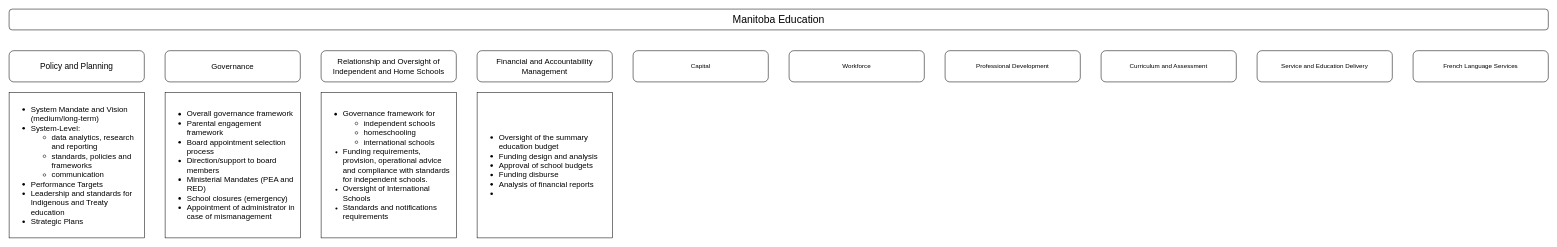
Before: Untitled Diagram.drawio in osvaldoferraz/School_District_Analysis, a draw.io diagram. Source tidied: cells renumbered, new cells numbered last; positions are measured from the earlier drawing's top-left corner, leaving out a move shared by most shapes. Both pictures are drawn from the tidied source at 52%, with x=0, y=0 at pixel (9, 9).
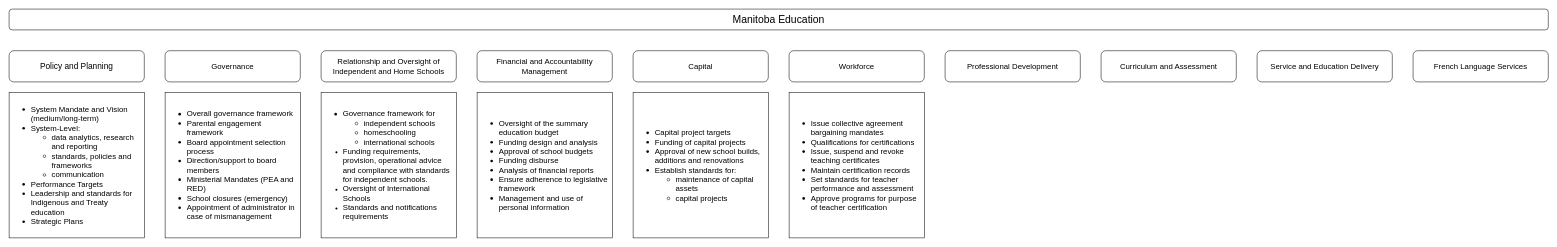
After the change.

Change to the diagram source:
```diff
@@
 <mxGraphModel>
   <root>
     <mxCell id="0" />
     <mxCell id="1" parent="0" />
     <mxCell id="2" value="&lt;font style=&quot;font-size: 20px&quot;&gt;Manitoba Education&lt;/font&gt;" style="rounded=1;whiteSpace=wrap;html=1;" parent="1" vertex="1">
       <mxGeometry width="2960" height="40" as="geometry" />
     </mxCell>
     <mxCell id="3" value="&lt;font style=&quot;font-size: 16px&quot;&gt;Policy and Planning&lt;/font&gt;" style="rounded=1;whiteSpace=wrap;html=1;" parent="1" vertex="1">
       <mxGeometry y="80" width="260" height="60" as="geometry" />
     </mxCell>
     <mxCell id="4" value="&lt;font style=&quot;font-size: 15px&quot;&gt;Governance&lt;/font&gt;" style="rounded=1;whiteSpace=wrap;html=1;" parent="1" vertex="1">
       <mxGeometry x="300" y="80" width="260" height="60" as="geometry" />
     </mxCell>
     <mxCell id="5" value="&lt;span style=&quot;font-size: 15px&quot;&gt;Relationship and Oversight of Independent and Home Schools&lt;/span&gt;" style="rounded=1;whiteSpace=wrap;html=1;" parent="1" vertex="1">
       <mxGeometry x="600" y="80" width="260" height="60" as="geometry" />
     </mxCell>
     <mxCell id="6" value="&lt;font style=&quot;font-size: 15px&quot;&gt;Financial and Accountability Management&lt;/font&gt;" style="rounded=1;whiteSpace=wrap;html=1;" parent="1" vertex="1">
       <mxGeometry x="900" y="80" width="260" height="60" as="geometry" />
     </mxCell>
-    <mxCell id="7" value="Capital" style="rounded=1;whiteSpace=wrap;html=1;" parent="1" vertex="1">
+    <mxCell id="7" value="&lt;font style=&quot;font-size: 15px&quot;&gt;Capital&lt;/font&gt;" style="rounded=1;whiteSpace=wrap;html=1;" parent="1" vertex="1">
       <mxGeometry x="1200" y="80" width="260" height="60" as="geometry" />
     </mxCell>
-    <mxCell id="8" value="Workforce" style="rounded=1;whiteSpace=wrap;html=1;" parent="1" vertex="1">
+    <mxCell id="8" value="&lt;font style=&quot;font-size: 15px&quot;&gt;Workforce&lt;/font&gt;" style="rounded=1;whiteSpace=wrap;html=1;" parent="1" vertex="1">
       <mxGeometry x="1500" y="80" width="260" height="60" as="geometry" />
     </mxCell>
-    <mxCell id="9" value="Professional Development" style="rounded=1;whiteSpace=wrap;html=1;" parent="1" vertex="1">
+    <mxCell id="9" value="&lt;font style=&quot;font-size: 15px&quot;&gt;Professional Development&lt;/font&gt;" style="rounded=1;whiteSpace=wrap;html=1;" parent="1" vertex="1">
       <mxGeometry x="1800" y="80" width="260" height="60" as="geometry" />
     </mxCell>
-    <mxCell id="10" value="Curriculum and Assessment" style="rounded=1;whiteSpace=wrap;html=1;" parent="1" vertex="1">
+    <mxCell id="10" value="&lt;font style=&quot;font-size: 15px&quot;&gt;Curriculum and Assessment&lt;/font&gt;" style="rounded=1;whiteSpace=wrap;html=1;" parent="1" vertex="1">
       <mxGeometry x="2100" y="80" width="260" height="60" as="geometry" />
     </mxCell>
-    <mxCell id="11" value="Service and Education Delivery" style="rounded=1;whiteSpace=wrap;html=1;" parent="1" vertex="1">
+    <mxCell id="11" value="&lt;font style=&quot;font-size: 15px&quot;&gt;Service and Education Delivery&lt;/font&gt;" style="rounded=1;whiteSpace=wrap;html=1;" parent="1" vertex="1">
       <mxGeometry x="2400" y="80" width="260" height="60" as="geometry" />
     </mxCell>
-    <mxCell id="12" value="French Language Services" style="rounded=1;whiteSpace=wrap;html=1;" parent="1" vertex="1">
+    <mxCell id="12" value="&lt;font style=&quot;font-size: 15px&quot;&gt;French Language Services&lt;/font&gt;" style="rounded=1;whiteSpace=wrap;html=1;" parent="1" vertex="1">
       <mxGeometry x="2700" y="80" width="260" height="60" as="geometry" />
     </mxCell>
     <mxCell id="13" value="&lt;ul style=&quot;font-size: 15px&quot;&gt;&lt;li&gt;System Mandate and Vision (medium/long-term)&lt;/li&gt;&lt;li&gt;System-Level:&lt;/li&gt;&lt;ul&gt;&lt;li&gt;data analytics, research and reporting&lt;/li&gt;&lt;li&gt;standards, policies and frameworks&lt;/li&gt;&lt;li&gt;communication&lt;/li&gt;&lt;/ul&gt;&lt;li&gt;Performance Targets&lt;/li&gt;&lt;li&gt;Leadership and standards for Indigenous and Treaty education&lt;/li&gt;&lt;li&gt;Strategic Plans&lt;/li&gt;&lt;/ul&gt;" style="rounded=0;whiteSpace=wrap;html=1;align=left;perimeterSpacing=0;spacingRight=3;" parent="1" vertex="1">
       <mxGeometry y="160" width="260" height="280" as="geometry" />
     </mxCell>
     <mxCell id="14" value="&lt;ul style=&quot;font-size: 15px&quot;&gt;&lt;li&gt;Overall governance framework&lt;/li&gt;&lt;li&gt;Parental engagement framework&lt;/li&gt;&lt;li&gt;Board appointment selection process&lt;/li&gt;&lt;li&gt;Direction/support to board members&lt;/li&gt;&lt;li&gt;Ministerial Mandates (PEA and RED)&lt;/li&gt;&lt;li&gt;School closures (emergency)&lt;/li&gt;&lt;li&gt;Appointment of administrator in case of mismanagement&lt;/li&gt;&lt;/ul&gt;" style="rounded=0;whiteSpace=wrap;html=1;align=left;spacingRight=4;" parent="1" vertex="1">
       <mxGeometry x="300" y="160" width="260" height="280" as="geometry" />
     </mxCell>
     <mxCell id="15" value="&lt;ul&gt;&lt;li style=&quot;font-size: 15px&quot;&gt;Governance framework for&amp;nbsp;&lt;/li&gt;&lt;ul style=&quot;font-size: 15px&quot;&gt;&lt;li&gt;independent schools&lt;/li&gt;&lt;li&gt;homeschooling&lt;/li&gt;&lt;li&gt;international schools&lt;/li&gt;&lt;/ul&gt;&lt;li&gt;&lt;span style=&quot;font-size: 15px&quot;&gt;Funding requirements, provision, operational advice and compliance with standards for independent schools.&lt;/span&gt;&lt;/li&gt;&lt;li&gt;&lt;span style=&quot;font-size: 15px&quot;&gt;Oversight of International Schools&lt;/span&gt;&lt;/li&gt;&lt;li&gt;&lt;span style=&quot;font-size: 15px&quot;&gt;Standards and notifications requirements&lt;/span&gt;&lt;/li&gt;&lt;/ul&gt;" style="rounded=0;whiteSpace=wrap;html=1;align=left;perimeterSpacing=0;spacingRight=3;" parent="1" vertex="1">
       <mxGeometry x="600" y="160" width="260" height="280" as="geometry" />
     </mxCell>
-    <mxCell id="16" value="&lt;ul style=&quot;font-size: 15px&quot;&gt;&lt;li&gt;Oversight of the summary education budget&lt;/li&gt;&lt;li&gt;Funding design and analysis&lt;/li&gt;&lt;li&gt;Approval of school budgets&lt;/li&gt;&lt;li&gt;Funding disburse&lt;/li&gt;&lt;li&gt;Analysis of financial reports&lt;/li&gt;&lt;li&gt;&lt;br&gt;&lt;/li&gt;&lt;/ul&gt;" style="rounded=0;whiteSpace=wrap;html=1;align=left;perimeterSpacing=0;spacingRight=3;" parent="1" vertex="1">
+    <mxCell id="16" value="&lt;ul style=&quot;font-size: 15px&quot;&gt;&lt;li&gt;Oversight of the summary education budget&lt;/li&gt;&lt;li&gt;Funding design and analysis&lt;/li&gt;&lt;li&gt;Approval of school budgets&lt;/li&gt;&lt;li&gt;Funding disburse&lt;/li&gt;&lt;li&gt;Analysis of financial reports&lt;/li&gt;&lt;li&gt;Ensure adherence to legislative framework&lt;/li&gt;&lt;li&gt;&lt;span&gt;Management and use of personal information&lt;/span&gt;&lt;br&gt;&lt;/li&gt;&lt;/ul&gt;" style="rounded=0;whiteSpace=wrap;html=1;align=left;perimeterSpacing=0;spacingRight=3;" parent="1" vertex="1">
       <mxGeometry x="900" y="160" width="260" height="280" as="geometry" />
     </mxCell>
+    <mxCell id="17" value="&lt;ul style=&quot;font-size: 15px&quot;&gt;&lt;li&gt;Capital project targets&lt;/li&gt;&lt;li&gt;Funding of capital projects&lt;/li&gt;&lt;li&gt;Approval of new school builds, additions and renovations&lt;/li&gt;&lt;li&gt;Establish standards for:&lt;/li&gt;&lt;ul&gt;&lt;li&gt;maintenance of capital assets&lt;/li&gt;&lt;li&gt;capital projects&lt;/li&gt;&lt;/ul&gt;&lt;/ul&gt;" style="rounded=0;whiteSpace=wrap;html=1;align=left;perimeterSpacing=0;spacingRight=3;" parent="1" vertex="1">
+      <mxGeometry x="1200" y="160" width="260" height="280" as="geometry" />
+    </mxCell>
+    <mxCell id="18" value="&lt;ul style=&quot;font-size: 15px&quot;&gt;&lt;li&gt;Issue collective agreement bargaining mandates&lt;/li&gt;&lt;li&gt;Qualifications for certifications&lt;/li&gt;&lt;li&gt;Issue, suspend and revoke teaching certificates&lt;/li&gt;&lt;li&gt;Maintain certification records&lt;/li&gt;&lt;li&gt;Set standards for teacher performance and assessment&lt;/li&gt;&lt;li&gt;Approve programs for purpose of teacher certification&lt;/li&gt;&lt;/ul&gt;" style="rounded=0;whiteSpace=wrap;html=1;align=left;perimeterSpacing=0;spacingRight=3;" parent="1" vertex="1">
+      <mxGeometry x="1500" y="160" width="260" height="280" as="geometry" />
+    </mxCell>
   </root>
 </mxGraphModel>
```
